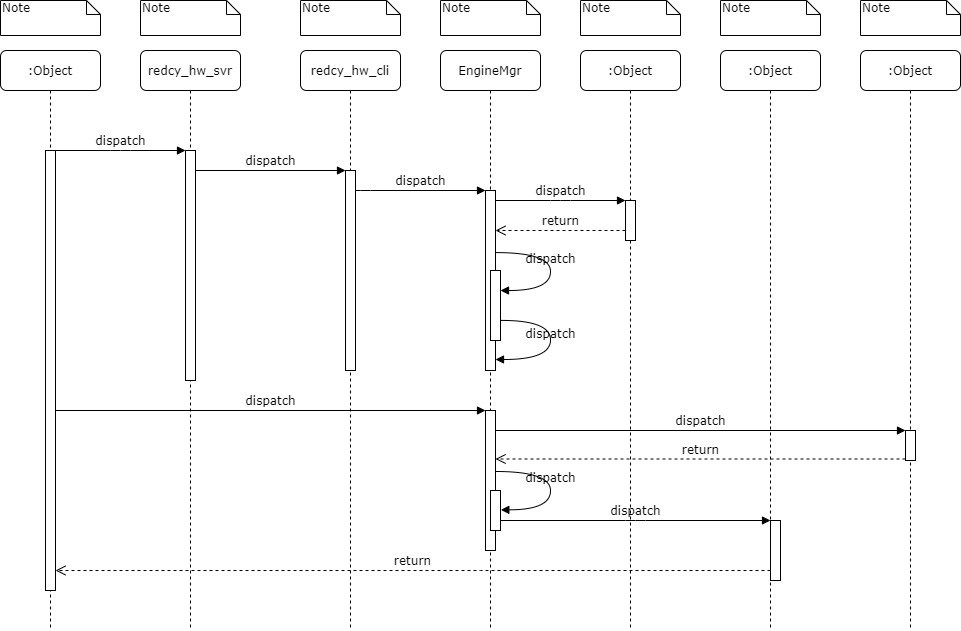
The draw.io diagram UML/StartRedundancy.png in Steve888888/FN-Redundancy, before a commit. Source tidied: cells renumbered, new cells last; positions are measured from the earlier drawing's top-left corner, leaving out a move shared by most shapes.
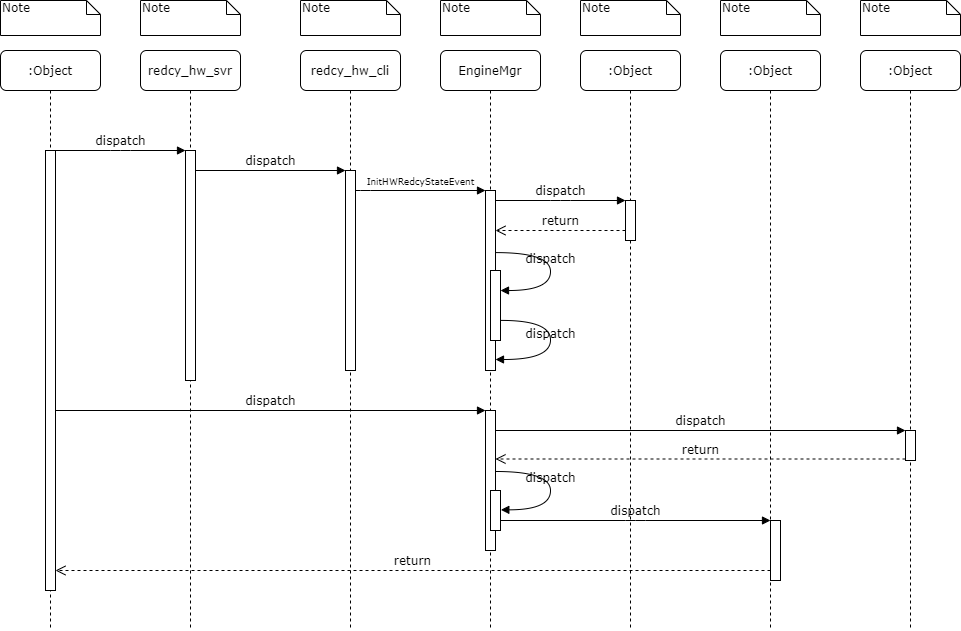
Later version of the same file.

What changed in the source:
```diff
@@ -35,7 +35,7 @@
     <mxCell id="12" style="html=1;points=[];perimeter=orthogonalPerimeter;rounded=0;shadow=0;comic=0;labelBackgroundColor=none;strokeWidth=1;fontFamily=Verdana;fontSize=12;align=center;" parent="1" vertex="1">
       <mxGeometry x="485" y="190" width="10" height="180" as="geometry" />
     </mxCell>
-    <mxCell id="13" value="dispatch" style="html=1;verticalAlign=bottom;endArrow=block;labelBackgroundColor=none;fontFamily=Verdana;fontSize=12;edgeStyle=elbowEdgeStyle;elbow=vertical;" parent="1" edge="1" source="5" target="12">
+    <mxCell id="13" value="&lt;font style=&quot;font-size: 9px&quot;&gt;InitHWRedcyStateEvent&lt;/font&gt;" style="html=1;verticalAlign=bottom;endArrow=block;labelBackgroundColor=none;fontFamily=Verdana;fontSize=12;edgeStyle=elbowEdgeStyle;elbow=vertical;" parent="1" edge="1" source="5" target="12">
       <mxGeometry relative="1" as="geometry">
         <Array as="points">
           <mxPoint x="360" y="190" />
```
